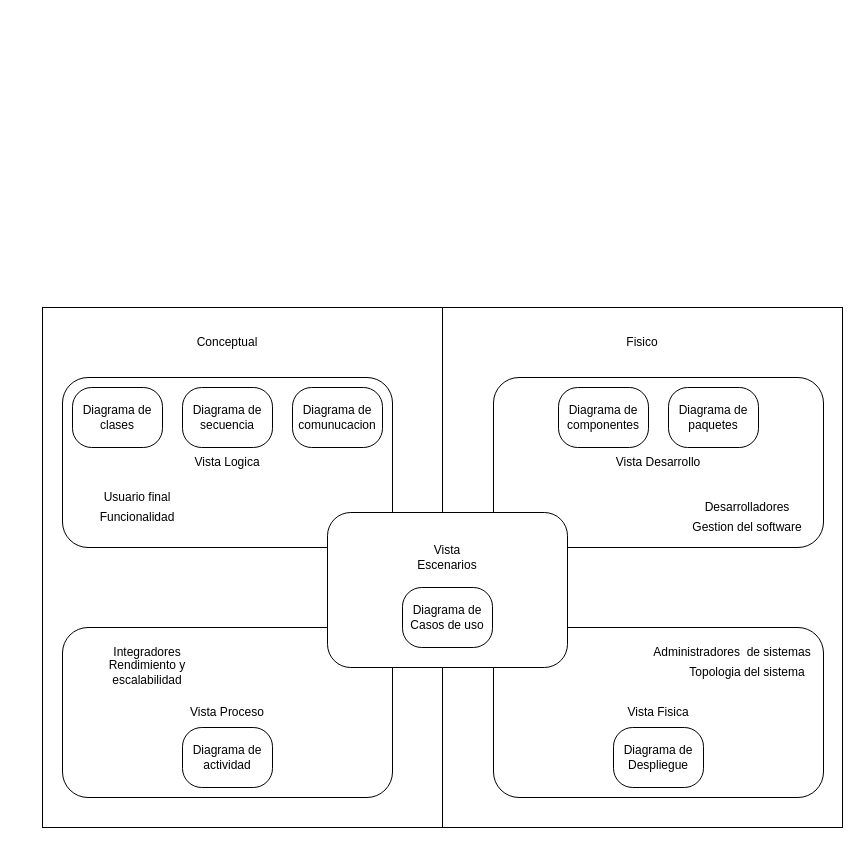
Above: page "Modelo 4+1" (1 of 7) of Arquitectura de software/Esquemas/Vistas.drawio in yeiferamunozt/ProActHelp (draw.io), before the change. Source tidied: cells renumbered, new cells numbered last; positions are measured from the earlier drawing's top-left corner, leaving out a move shared by most shapes. Both pictures are drawn from the tidied source at 100%, with x=0, y=0 at pixel (42, 307).
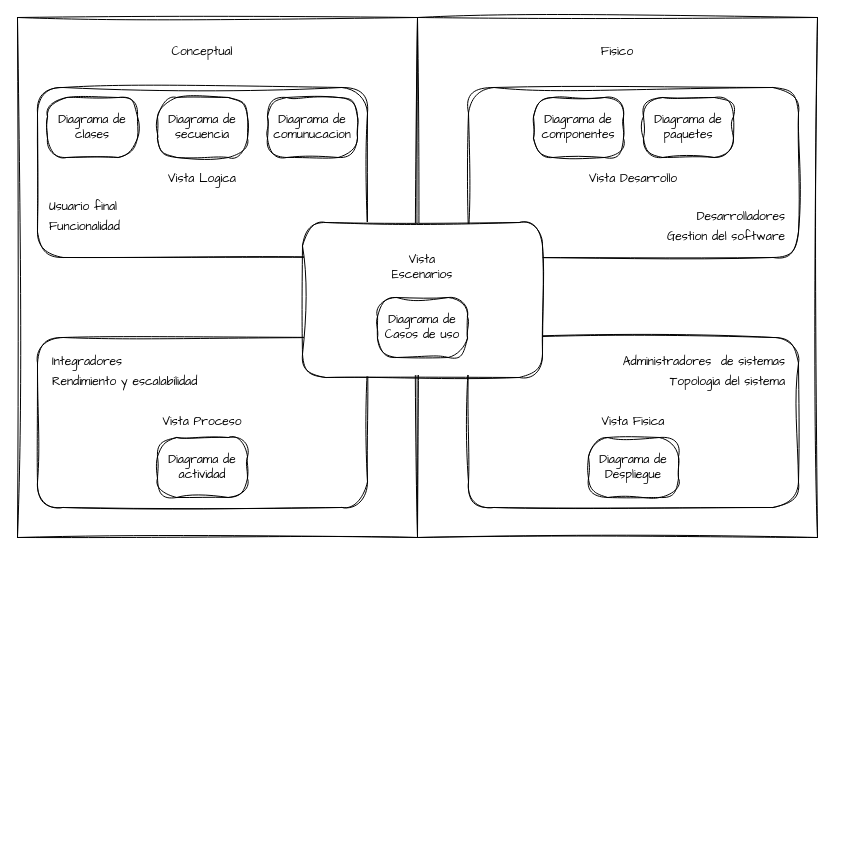
The same page after the edit.

Commit message:
Agregados casos de uso

The edit, as a diff of the source:
```diff
@@
+    <mxCell id="32" style="group;" parent="1" vertex="1">
+      <mxGeometry x="-25" y="-290" width="800" height="520" as="geometry" />
+    </mxCell>
-    <mxCell id="2" style="rounded=0;whiteSpace=wrap;html=1;" parent="1" vertex="1">
+    <mxCell id="2" style="rounded=0;whiteSpace=wrap;html=1;sketch=1;curveFitting=1;jiggle=2;fontFamily=Architects Daughter;" parent="32" vertex="1">
       <mxGeometry x="400" width="400" height="520" as="geometry" />
     </mxCell>
-    <mxCell id="3" style="rounded=0;whiteSpace=wrap;html=1;" parent="1" vertex="1">
+    <mxCell id="3" style="rounded=0;whiteSpace=wrap;html=1;sketch=1;curveFitting=1;jiggle=2;fontFamily=Architects Daughter;" parent="32" vertex="1">
       <mxGeometry width="400" height="520" as="geometry" />
     </mxCell>
-    <mxCell id="4" style="rounded=1;whiteSpace=wrap;html=1;" parent="1" vertex="1">
+    <mxCell id="4" style="rounded=1;whiteSpace=wrap;html=1;sketch=1;curveFitting=1;jiggle=2;fontFamily=Architects Daughter;" parent="32" vertex="1">
       <mxGeometry x="20" y="70" width="330" height="170" as="geometry" />
     </mxCell>
-    <mxCell id="5" style="rounded=1;whiteSpace=wrap;html=1;" parent="1" vertex="1">
+    <mxCell id="5" style="rounded=1;whiteSpace=wrap;html=1;sketch=1;curveFitting=1;jiggle=2;fontFamily=Architects Daughter;" parent="32" vertex="1">
       <mxGeometry x="20" y="320" width="330" height="170" as="geometry" />
     </mxCell>
-    <mxCell id="6" style="rounded=1;whiteSpace=wrap;html=1;" parent="1" vertex="1">
+    <mxCell id="6" style="rounded=1;whiteSpace=wrap;html=1;sketch=1;curveFitting=1;jiggle=2;fontFamily=Architects Daughter;" parent="32" vertex="1">
       <mxGeometry x="451" y="70" width="330" height="170" as="geometry" />
     </mxCell>
-    <mxCell id="7" style="rounded=1;whiteSpace=wrap;html=1;" parent="1" vertex="1">
+    <mxCell id="7" style="rounded=1;whiteSpace=wrap;html=1;sketch=1;curveFitting=1;jiggle=2;fontFamily=Architects Daughter;" parent="32" vertex="1">
       <mxGeometry x="451" y="320" width="330" height="170" as="geometry" />
     </mxCell>
-    <mxCell id="8" style="rounded=1;whiteSpace=wrap;html=1;" parent="1" vertex="1">
+    <mxCell id="8" style="rounded=1;whiteSpace=wrap;html=1;sketch=1;curveFitting=1;jiggle=2;fontFamily=Architects Daughter;" parent="32" vertex="1">
       <mxGeometry x="285" y="205" width="240" height="155" as="geometry" />
     </mxCell>
-    <mxCell id="9" value="Conceptual" style="text;html=1;strokeColor=none;fillColor=none;align=center;verticalAlign=middle;whiteSpace=wrap;rounded=0;" parent="1" vertex="1">
+    <mxCell id="9" value="Conceptual" style="text;html=1;strokeColor=none;fillColor=none;align=center;verticalAlign=middle;whiteSpace=wrap;rounded=0;sketch=1;curveFitting=1;jiggle=2;fontFamily=Architects Daughter;" parent="32" vertex="1">
       <mxGeometry x="110" y="20" width="150" height="30" as="geometry" />
     </mxCell>
-    <mxCell id="10" value="Vista Logica" style="text;html=1;strokeColor=none;fillColor=none;align=center;verticalAlign=middle;whiteSpace=wrap;rounded=0;" parent="1" vertex="1">
-      <mxGeometry x="120" y="140" width="130" height="30" as="geometry" />
+    <mxCell id="10" value="Vista Logica" style="text;html=1;strokeColor=none;fillColor=none;align=center;verticalAlign=middle;whiteSpace=wrap;rounded=0;sketch=1;curveFitting=1;jiggle=2;fontFamily=Architects Daughter;" parent="32" vertex="1">
+      <mxGeometry x="120" y="147" width="130" height="30" as="geometry" />
     </mxCell>
-    <mxCell id="11" value="Usuario final" style="text;html=1;strokeColor=none;fillColor=none;align=center;verticalAlign=middle;whiteSpace=wrap;rounded=0;" parent="1" vertex="1">
+    <mxCell id="11" value="Usuario final" style="text;html=1;strokeColor=none;fillColor=none;align=left;verticalAlign=middle;whiteSpace=wrap;rounded=0;sketch=1;curveFitting=1;jiggle=2;fontFamily=Architects Daughter;" parent="32" vertex="1">
       <mxGeometry x="30" y="175" width="130" height="30" as="geometry" />
     </mxCell>
-    <mxCell id="12" value="Funcionalidad" style="text;html=1;strokeColor=none;fillColor=none;align=center;verticalAlign=middle;whiteSpace=wrap;rounded=0;" parent="1" vertex="1">
+    <mxCell id="12" value="Funcionalidad" style="text;html=1;strokeColor=none;fillColor=none;align=left;verticalAlign=middle;whiteSpace=wrap;rounded=0;sketch=1;curveFitting=1;jiggle=2;fontFamily=Architects Daughter;" parent="32" vertex="1">
       <mxGeometry x="30" y="195" width="130" height="30" as="geometry" />
     </mxCell>
-    <mxCell id="13" value="Diagrama de clases" style="rounded=1;whiteSpace=wrap;html=1;arcSize=32;" parent="1" vertex="1">
+    <mxCell id="13" value="Diagrama de clases" style="rounded=1;whiteSpace=wrap;html=1;arcSize=32;sketch=1;curveFitting=1;jiggle=2;fontFamily=Architects Daughter;" parent="32" vertex="1">
       <mxGeometry x="30" y="80" width="90" height="60" as="geometry" />
     </mxCell>
-    <mxCell id="14" value="Diagrama de secuencia" style="rounded=1;whiteSpace=wrap;html=1;arcSize=32;" parent="1" vertex="1">
+    <mxCell id="14" value="Diagrama de secuencia" style="rounded=1;whiteSpace=wrap;html=1;arcSize=32;sketch=1;curveFitting=1;jiggle=2;fontFamily=Architects Daughter;" parent="32" vertex="1">
       <mxGeometry x="140" y="80" width="90" height="60" as="geometry" />
     </mxCell>
-    <mxCell id="15" value="Diagrama de comunucacion" style="rounded=1;whiteSpace=wrap;html=1;arcSize=32;" parent="1" vertex="1">
+    <mxCell id="15" value="Diagrama de comunucacion" style="rounded=1;whiteSpace=wrap;html=1;arcSize=32;sketch=1;curveFitting=1;jiggle=2;fontFamily=Architects Daughter;" parent="32" vertex="1">
       <mxGeometry x="250" y="80" width="90" height="60" as="geometry" />
     </mxCell>
-    <mxCell id="16" value="Vista Proceso" style="text;html=1;strokeColor=none;fillColor=none;align=center;verticalAlign=middle;whiteSpace=wrap;rounded=0;" parent="1" vertex="1">
+    <mxCell id="16" value="Vista Proceso" style="text;html=1;strokeColor=none;fillColor=none;align=center;verticalAlign=middle;whiteSpace=wrap;rounded=0;sketch=1;curveFitting=1;jiggle=2;fontFamily=Architects Daughter;" parent="32" vertex="1">
       <mxGeometry x="120" y="390" width="130" height="30" as="geometry" />
     </mxCell>
-    <mxCell id="17" value="Integradores" style="text;html=1;strokeColor=none;fillColor=none;align=center;verticalAlign=middle;whiteSpace=wrap;rounded=0;" parent="1" vertex="1">
-      <mxGeometry x="40" y="330" width="130" height="30" as="geometry" />
+    <mxCell id="17" value="Integradores" style="text;html=1;strokeColor=none;fillColor=none;align=left;verticalAlign=middle;whiteSpace=wrap;rounded=0;sketch=1;curveFitting=1;jiggle=2;fontFamily=Architects Daughter;" parent="32" vertex="1">
+      <mxGeometry x="33" y="330" width="150" height="30" as="geometry" />
     </mxCell>
-    <mxCell id="18" value="Rendimiento y escalabilidad" style="text;html=1;strokeColor=none;fillColor=none;align=center;verticalAlign=middle;whiteSpace=wrap;rounded=0;" parent="1" vertex="1">
-      <mxGeometry x="40" y="350" width="130" height="30" as="geometry" />
+    <mxCell id="18" value="Rendimiento y escalabilidad" style="text;html=1;strokeColor=none;fillColor=none;align=left;verticalAlign=middle;whiteSpace=wrap;rounded=0;sketch=1;curveFitting=1;jiggle=2;fontFamily=Architects Daughter;" parent="32" vertex="1">
+      <mxGeometry x="33" y="350" width="160" height="30" as="geometry" />
     </mxCell>
-    <mxCell id="19" value="Diagrama de actividad" style="rounded=1;whiteSpace=wrap;html=1;arcSize=32;" parent="1" vertex="1">
+    <mxCell id="19" value="Diagrama de actividad" style="rounded=1;whiteSpace=wrap;html=1;arcSize=32;sketch=1;curveFitting=1;jiggle=2;fontFamily=Architects Daughter;" parent="32" vertex="1">
       <mxGeometry x="140" y="420" width="90" height="60" as="geometry" />
     </mxCell>
-    <mxCell id="20" value="Fisico" style="text;html=1;strokeColor=none;fillColor=none;align=center;verticalAlign=middle;whiteSpace=wrap;rounded=0;" parent="1" vertex="1">
+    <mxCell id="20" value="Fisico" style="text;html=1;strokeColor=none;fillColor=none;align=center;verticalAlign=middle;whiteSpace=wrap;rounded=0;sketch=1;curveFitting=1;jiggle=2;fontFamily=Architects Daughter;" parent="32" vertex="1">
       <mxGeometry x="525" y="20" width="150" height="30" as="geometry" />
     </mxCell>
-    <mxCell id="21" value="Vista Desarrollo" style="text;html=1;strokeColor=none;fillColor=none;align=center;verticalAlign=middle;whiteSpace=wrap;rounded=0;" parent="1" vertex="1">
-      <mxGeometry x="551" y="140" width="130" height="30" as="geometry" />
+    <mxCell id="21" value="Vista Desarrollo" style="text;html=1;strokeColor=none;fillColor=none;align=center;verticalAlign=middle;whiteSpace=wrap;rounded=0;sketch=1;curveFitting=1;jiggle=2;fontFamily=Architects Daughter;" parent="32" vertex="1">
+      <mxGeometry x="551" y="147" width="130" height="30" as="geometry" />
     </mxCell>
-    <mxCell id="22" value="Desarrolladores" style="text;html=1;strokeColor=none;fillColor=none;align=center;verticalAlign=middle;whiteSpace=wrap;rounded=0;" parent="1" vertex="1">
+    <mxCell id="22" value="Desarrolladores" style="text;html=1;strokeColor=none;fillColor=none;align=right;verticalAlign=middle;whiteSpace=wrap;rounded=0;sketch=1;curveFitting=1;jiggle=2;fontFamily=Architects Daughter;" parent="32" vertex="1">
       <mxGeometry x="640" y="185" width="130" height="30" as="geometry" />
     </mxCell>
-    <mxCell id="23" value="Gestion del software" style="text;html=1;strokeColor=none;fillColor=none;align=center;verticalAlign=middle;whiteSpace=wrap;rounded=0;" parent="1" vertex="1">
+    <mxCell id="23" value="Gestion del software" style="text;html=1;strokeColor=none;fillColor=none;align=right;verticalAlign=middle;whiteSpace=wrap;rounded=0;sketch=1;curveFitting=1;jiggle=2;fontFamily=Architects Daughter;" parent="32" vertex="1">
       <mxGeometry x="640" y="205" width="130" height="30" as="geometry" />
     </mxCell>
-    <mxCell id="24" value="Diagrama de componentes" style="rounded=1;whiteSpace=wrap;html=1;arcSize=32;" parent="1" vertex="1">
+    <mxCell id="24" value="Diagrama de componentes" style="rounded=1;whiteSpace=wrap;html=1;arcSize=32;sketch=1;curveFitting=1;jiggle=2;fontFamily=Architects Daughter;" parent="32" vertex="1">
       <mxGeometry x="516" y="80" width="90" height="60" as="geometry" />
     </mxCell>
-    <mxCell id="25" value="Diagrama de paquetes" style="rounded=1;whiteSpace=wrap;html=1;arcSize=32;" parent="1" vertex="1">
+    <mxCell id="25" value="Diagrama de paquetes" style="rounded=1;whiteSpace=wrap;html=1;arcSize=32;sketch=1;curveFitting=1;jiggle=2;fontFamily=Architects Daughter;" parent="32" vertex="1">
       <mxGeometry x="626" y="80" width="90" height="60" as="geometry" />
     </mxCell>
-    <mxCell id="26" value="Vista Fisica" style="text;html=1;strokeColor=none;fillColor=none;align=center;verticalAlign=middle;whiteSpace=wrap;rounded=0;" parent="1" vertex="1">
+    <mxCell id="26" value="Vista Fisica" style="text;html=1;strokeColor=none;fillColor=none;align=center;verticalAlign=middle;whiteSpace=wrap;rounded=0;sketch=1;curveFitting=1;jiggle=2;fontFamily=Architects Daughter;" parent="32" vertex="1">
       <mxGeometry x="551" y="390" width="130" height="30" as="geometry" />
     </mxCell>
-    <mxCell id="27" value="Administradores&amp;nbsp; de sistemas" style="text;html=1;strokeColor=none;fillColor=none;align=center;verticalAlign=middle;whiteSpace=wrap;rounded=0;" parent="1" vertex="1">
-      <mxGeometry x="610" y="330" width="160" height="30" as="geometry" />
+    <mxCell id="27" value="Administradores&amp;nbsp; de sistemas" style="text;html=1;strokeColor=none;fillColor=none;align=right;verticalAlign=middle;whiteSpace=wrap;rounded=0;sketch=1;curveFitting=1;jiggle=2;fontFamily=Architects Daughter;" parent="32" vertex="1">
+      <mxGeometry x="590" y="330" width="180" height="30" as="geometry" />
     </mxCell>
-    <mxCell id="28" value="Topologia del sistema" style="text;html=1;strokeColor=none;fillColor=none;align=center;verticalAlign=middle;whiteSpace=wrap;rounded=0;" parent="1" vertex="1">
+    <mxCell id="28" value="Topologia del sistema" style="text;html=1;strokeColor=none;fillColor=none;align=right;verticalAlign=middle;whiteSpace=wrap;rounded=0;sketch=1;curveFitting=1;jiggle=2;fontFamily=Architects Daughter;" parent="32" vertex="1">
       <mxGeometry x="640" y="350" width="130" height="30" as="geometry" />
     </mxCell>
-    <mxCell id="29" value="Diagrama de Despliegue" style="rounded=1;whiteSpace=wrap;html=1;arcSize=32;" parent="1" vertex="1">
+    <mxCell id="29" value="Diagrama de Despliegue" style="rounded=1;whiteSpace=wrap;html=1;arcSize=32;sketch=1;curveFitting=1;jiggle=2;fontFamily=Architects Daughter;" parent="32" vertex="1">
       <mxGeometry x="571" y="420" width="90" height="60" as="geometry" />
     </mxCell>
-    <mxCell id="30" value="Vista Escenarios" style="text;html=1;strokeColor=none;fillColor=none;align=center;verticalAlign=middle;whiteSpace=wrap;rounded=0;" parent="1" vertex="1">
+    <mxCell id="30" value="Vista Escenarios" style="text;html=1;strokeColor=none;fillColor=none;align=center;verticalAlign=middle;whiteSpace=wrap;rounded=0;sketch=1;curveFitting=1;jiggle=2;fontFamily=Architects Daughter;" parent="32" vertex="1">
       <mxGeometry x="375" y="235" width="60" height="30" as="geometry" />
     </mxCell>
-    <mxCell id="31" value="Diagrama de Casos de uso" style="rounded=1;whiteSpace=wrap;html=1;arcSize=32;" parent="1" vertex="1">
+    <mxCell id="31" value="Diagrama de Casos de uso" style="rounded=1;whiteSpace=wrap;html=1;arcSize=32;sketch=1;curveFitting=1;jiggle=2;fontFamily=Architects Daughter;" parent="32" vertex="1">
       <mxGeometry x="360" y="280" width="90" height="60" as="geometry" />
     </mxCell>
```
